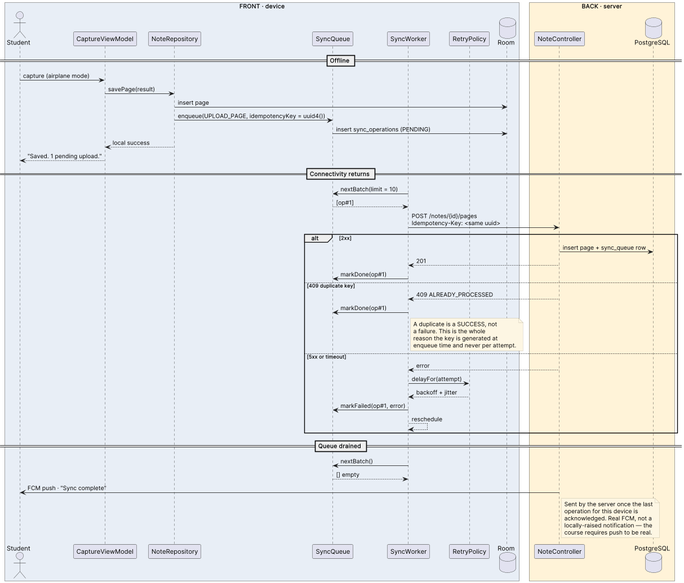
Bloodiewormer/Proyecto-Plataformas-Moviles keeps this PlantUML diagram as docs/images/15_seq_offline_sync.png. Above is the earlier version.
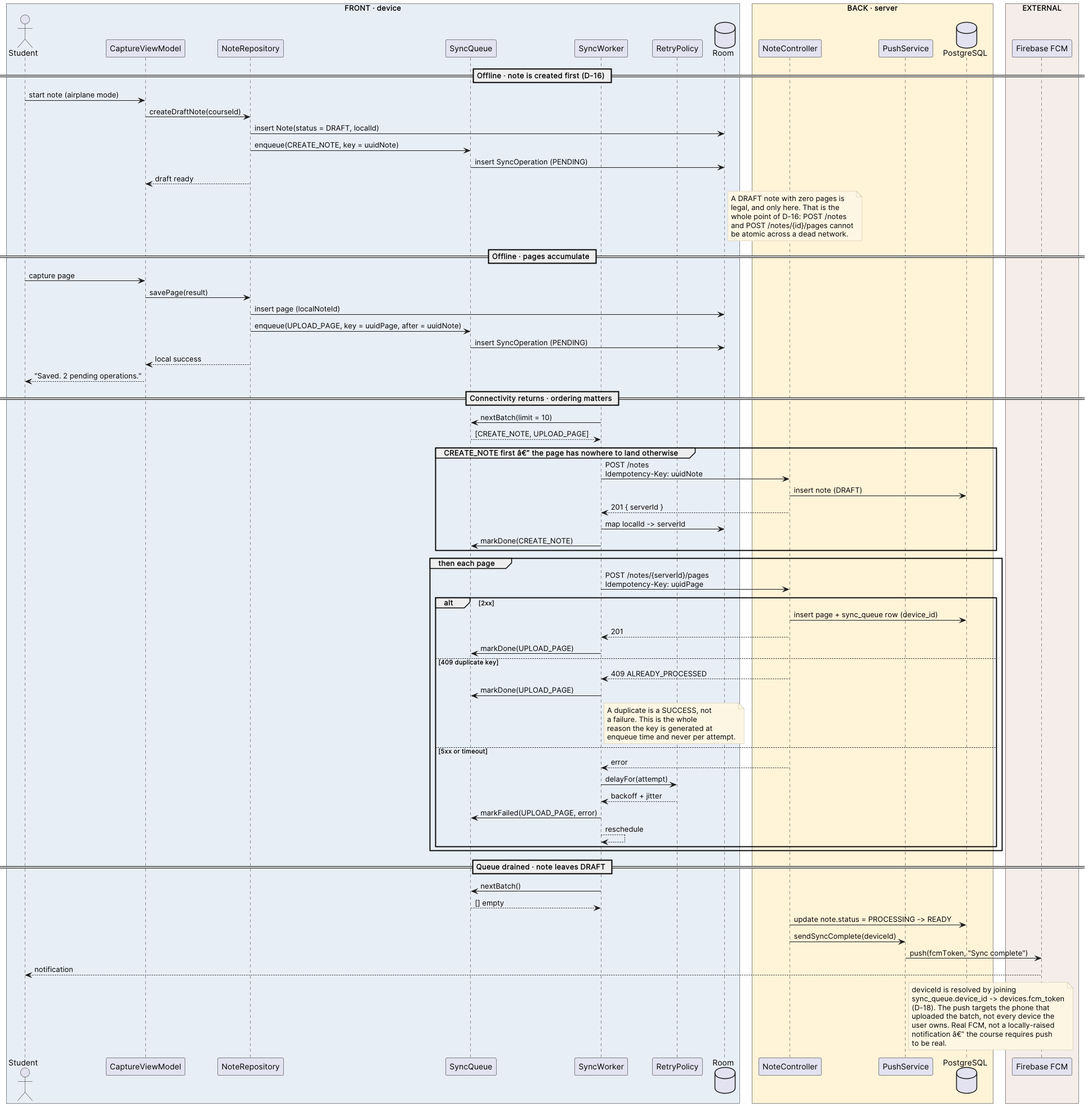
After the commit.

The edit, as a diff of the source:
```diff
@@ -20,54 +20,89 @@
 
 box "BACK · server" #FFF3D8
   participant "NoteController" as NC
+  participant "PushService" as PS
   database "PostgreSQL" as PG
 end box
 
-== Offline ==
-S -> VM : capture (airplane mode)
+box "EXTERNAL" #F5EDE9
+  participant "Firebase FCM" as FCM
+end box
+
+== Offline · note is created first (D-16) ==
+S -> VM : start note (airplane mode)
+VM -> NR : createDraftNote(courseId)
+NR -> RM : insert Note(status = DRAFT, localId)
+NR -> SQ : enqueue(CREATE_NOTE, key = uuidNote)
+SQ -> RM : insert SyncOperation (PENDING)
+NR --> VM : draft ready
+note right of RM
+  A DRAFT note with zero pages is
+  legal, and only here. That is the
+  whole point of D-16: POST /notes
+  and POST /notes/{id}/pages cannot
+  be atomic across a dead network.
+end note
+
+== Offline · pages accumulate ==
+S -> VM : capture page
 VM -> NR : savePage(result)
-NR -> RM : insert page
-NR -> SQ : enqueue(UPLOAD_PAGE, idempotencyKey = uuid4())
-SQ -> RM : insert sync_operations (PENDING)
+NR -> RM : insert page (localNoteId)
+NR -> SQ : enqueue(UPLOAD_PAGE, key = uuidPage, after = uuidNote)
+SQ -> RM : insert SyncOperation (PENDING)
 NR --> VM : local success
-VM --> S : "Saved. 1 pending upload."
+VM --> S : "Saved. 2 pending operations."
 
-== Connectivity returns ==
+== Connectivity returns · ordering matters ==
 SW -> SQ : nextBatch(limit = 10)
-SQ --> SW : [op#1]
-SW -> NC : POST /notes/{id}/pages\nIdempotency-Key: <same uuid>
+SQ --> SW : [CREATE_NOTE, UPLOAD_PAGE]
 
-alt 2xx
-  NC -> PG : insert page + sync_queue row
-  NC --> SW : 201
-  SW -> SQ : markDone(op#1)
-else 409 duplicate key
-  NC --> SW : 409 ALREADY_PROCESSED
-  SW -> SQ : markDone(op#1)
-  note right of SW
-    A duplicate is a SUCCESS, not
-    a failure. This is the whole
-    reason the key is generated at
-    enqueue time and never per attempt.
-  end note
-else 5xx or timeout
-  NC --> SW : error
-  SW -> RP : delayFor(attempt)
-  RP --> SW : backoff + jitter
-  SW -> SQ : markFailed(op#1, error)
-  SW --> SW : reschedule
+group CREATE_NOTE first â€” the page has nowhere to land otherwise
+  SW -> NC : POST /notes\nIdempotency-Key: uuidNote
+  NC -> PG : insert note (DRAFT)
+  NC --> SW : 201 { serverId }
+  SW -> RM : map localId -> serverId
+  SW -> SQ : markDone(CREATE_NOTE)
 end
 
-== Queue drained ==
+group then each page
+  SW -> NC : POST /notes/{serverId}/pages\nIdempotency-Key: uuidPage
+  alt 2xx
+    NC -> PG : insert page + sync_queue row (device_id)
+    NC --> SW : 201
+    SW -> SQ : markDone(UPLOAD_PAGE)
+  else 409 duplicate key
+    NC --> SW : 409 ALREADY_PROCESSED
+    SW -> SQ : markDone(UPLOAD_PAGE)
+    note right of SW
+      A duplicate is a SUCCESS, not
+      a failure. This is the whole
+      reason the key is generated at
+      enqueue time and never per attempt.
+    end note
+  else 5xx or timeout
+    NC --> SW : error
+    SW -> RP : delayFor(attempt)
+    RP --> SW : backoff + jitter
+    SW -> SQ : markFailed(UPLOAD_PAGE, error)
+    SW --> SW : reschedule
+  end
+end
+
+== Queue drained · note leaves DRAFT ==
 SW -> SQ : nextBatch()
 SQ --> SW : [] empty
-NC -> S : FCM push · "Sync complete"
+NC -> PG : update note.status = PROCESSING -> READY
+NC -> PS : sendSyncComplete(deviceId)
+PS -> FCM : push(fcmToken, "Sync complete")
+FCM --> S : notification
 
-note right of NC
-  Sent by the server once the last
-  operation for this device is
-  acknowledged. Real FCM, not a
-  locally-raised notification — the
-  course requires push to be real.
+note right of PS
+  deviceId is resolved by joining
+  sync_queue.device_id -> devices.fcm_token
+  (D-18). The push targets the phone that
+  uploaded the batch, not every device the
+  user owns. Real FCM, not a locally-raised
+  notification â€” the course requires push
+  to be real.
 end note
 @enduml
```
